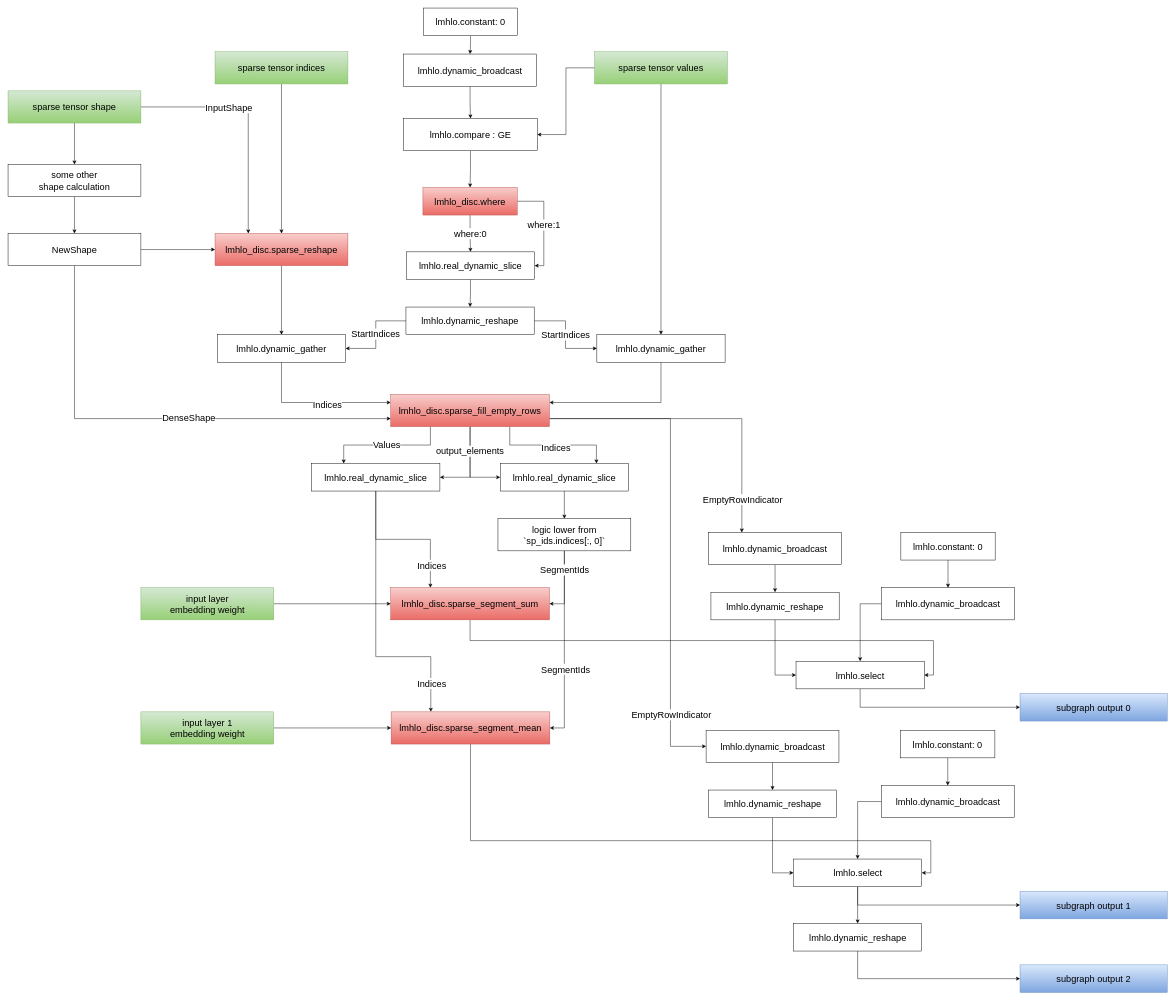
Before: sparse_fusion/embedding_column_subgraph.drawio in Orion34-lanbo/draw.io, a draw.io diagram. Source tidied: cells renumbered, new cells numbered last; positions are measured from the earlier drawing's top-left corner, leaving out a move shared by most shapes. Both pictures are drawn from the tidied source at 46%, with x=0, y=0 at pixel (8, 8).
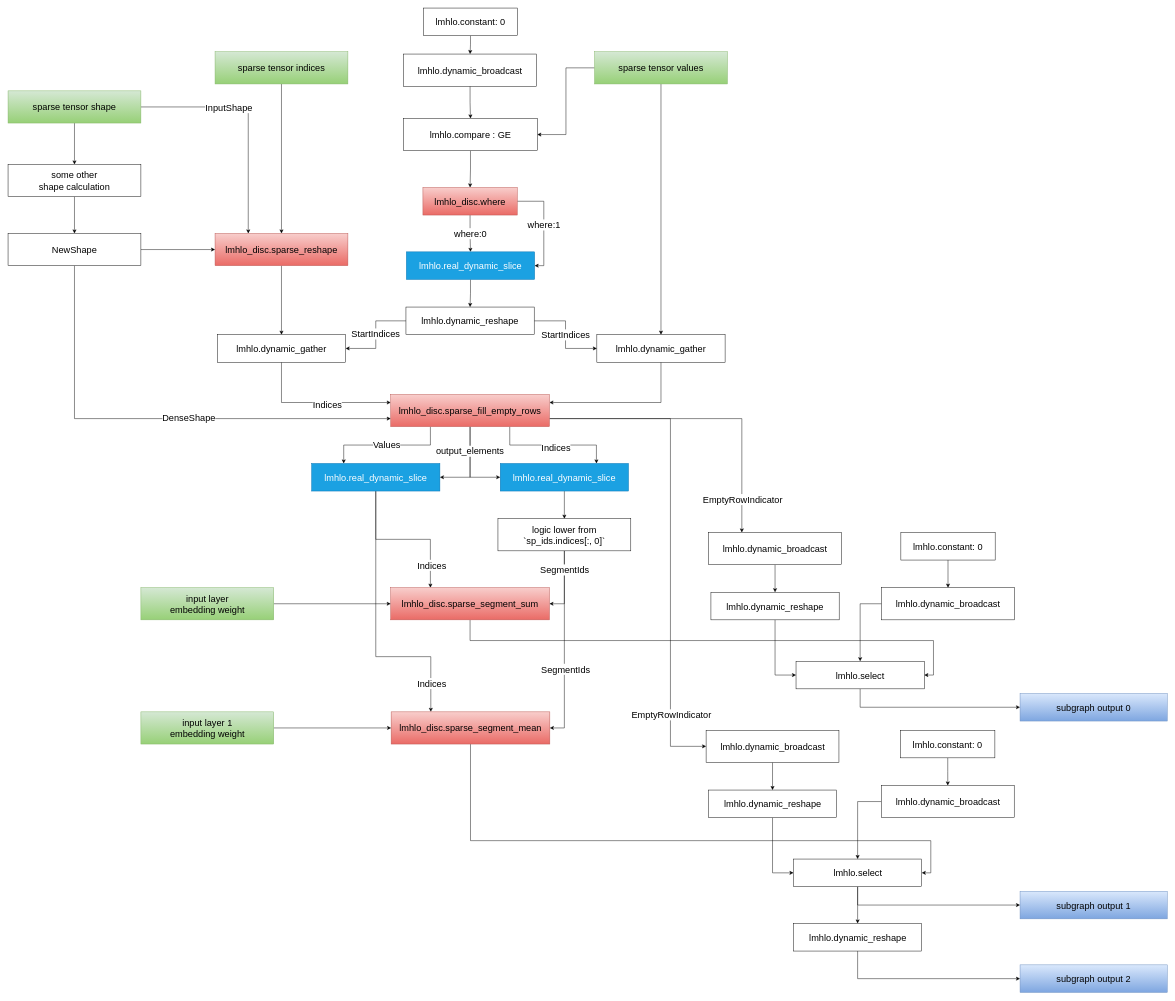
The same diagram, later.

The edit, as a diff of the source:
```diff
@@
-    <mxCell id="11" value="lmhlo.real_dynamic_slice" style="rounded=0;whiteSpace=wrap;html=1;fontSize=20;" parent="1" vertex="1">
+    <mxCell id="11" value="lmhlo.real_dynamic_slice" style="rounded=0;whiteSpace=wrap;html=1;fontSize=20;fillColor=#1ba1e2;fontColor=#ffffff;strokeColor=#006EAF;" parent="1" vertex="1">
       <mxGeometry x="865.9" y="530" width="278.8" height="60" as="geometry" />
     </mxCell>
@@
-    <mxCell id="56" value="lmhlo.real_dynamic_slice" style="rounded=0;whiteSpace=wrap;html=1;fontSize=20;" parent="1" vertex="1">
+    <mxCell id="56" value="lmhlo.real_dynamic_slice" style="rounded=0;whiteSpace=wrap;html=1;fontSize=20;fillColor=#1ba1e2;fontColor=#ffffff;strokeColor=#006EAF;" parent="1" vertex="1">
       <mxGeometry x="660" y="990" width="278.8" height="60" as="geometry" />
     </mxCell>
@@
-    <mxCell id="58" value="lmhlo.real_dynamic_slice" style="rounded=0;whiteSpace=wrap;html=1;fontSize=20;" parent="1" vertex="1">
+    <mxCell id="58" value="lmhlo.real_dynamic_slice" style="rounded=0;whiteSpace=wrap;html=1;fontSize=20;fillColor=#1ba1e2;fontColor=#ffffff;strokeColor=#006EAF;" parent="1" vertex="1">
       <mxGeometry x="1070" y="990" width="278.8" height="60" as="geometry" />
     </mxCell>
```
